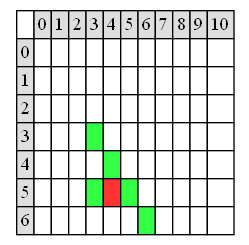
Earlier version of the Graphviz export Matriz.png (MarisolPs618/IPC2_Proyecto1_202112395). Its source is kept beside it as Matriz.dot.
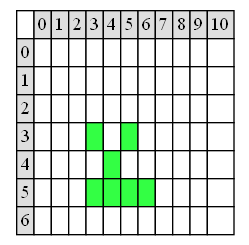
The same diagram one commit later.

The edit, as a diff of the source:
```diff
@@ -66,7 +66,7 @@
 <td bgcolor="white"></td>
 <td bgcolor="#33FF44"></td>
 <td bgcolor="white"></td>
-<td bgcolor="white"></td>
+<td bgcolor="#33FF44"></td>
 <td bgcolor="white"></td>
 <td bgcolor="white"></td>
 <td bgcolor="white"></td>
@@ -93,9 +93,9 @@
 <td bgcolor="white"></td>
 <td bgcolor="white"></td>
 <td bgcolor="#33FF44"></td>
-<td bgcolor="#FF3333"></td>
 <td bgcolor="#33FF44"></td>
-<td bgcolor="white"></td>
+<td bgcolor="#33FF44"></td>
+<td bgcolor="#33FF44"></td>
 <td bgcolor="white"></td>
 <td bgcolor="white"></td>
 <td bgcolor="white"></td>
@@ -109,7 +109,7 @@
 <td bgcolor="white"></td>
 <td bgcolor="white"></td>
 <td bgcolor="white"></td>
-<td bgcolor="#33FF44"></td>
+<td bgcolor="white"></td>
 <td bgcolor="white"></td>
 <td bgcolor="white"></td>
 <td bgcolor="white"></td>
```
